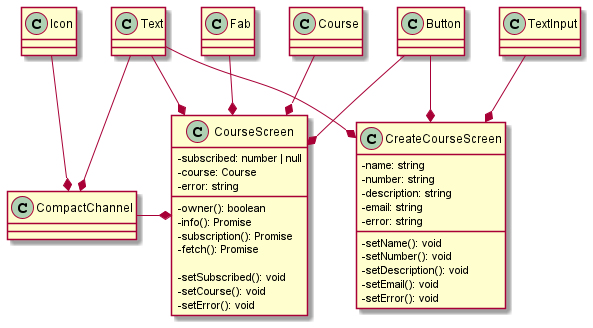
The PlantUML diagram Diagrams/Class_Diagrams/Frontend_Diagrams/Course.png in Singh-Kiran-P/StuNet, before a commit.
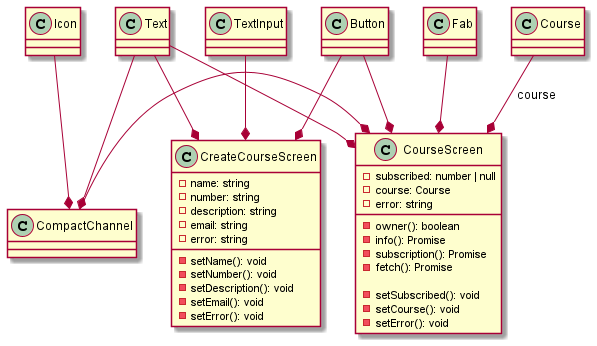
Above is the later version.

What changed in the source:
```diff
@@ -1,5 +1,4 @@
 @startuml Course
-skinparam classAttributeIconSize 0
 
 class TextInput
 class Button
@@ -43,7 +42,7 @@
 	-setError(): void
 }
 
-Course --* CourseScreen
+Course --* CourseScreen: course
 
 Button --* CourseScreen
 Fab --* CourseScreen
```
